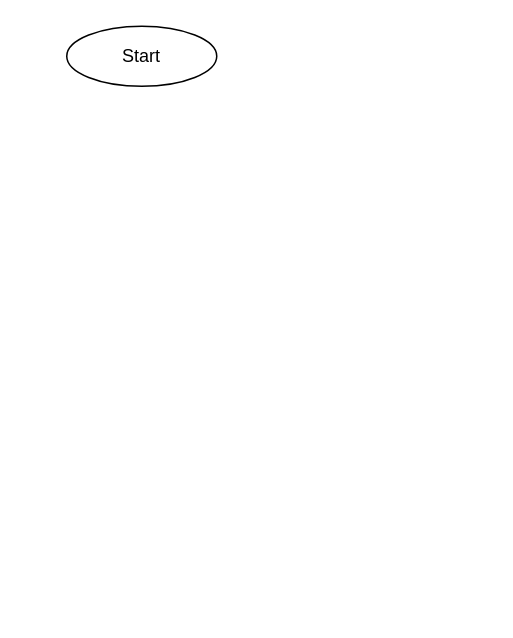
This is task1/diagram.drawio from JrClap/Diplom1, a draw.io file, before an edit. Source tidied: cells renumbered, new cells numbered last; positions are measured from the earlier drawing's top-left corner, leaving out a move shared by most shapes. Both pictures are drawn from the tidied source at 150%, with x=0, y=0 at pixel (66, 26).
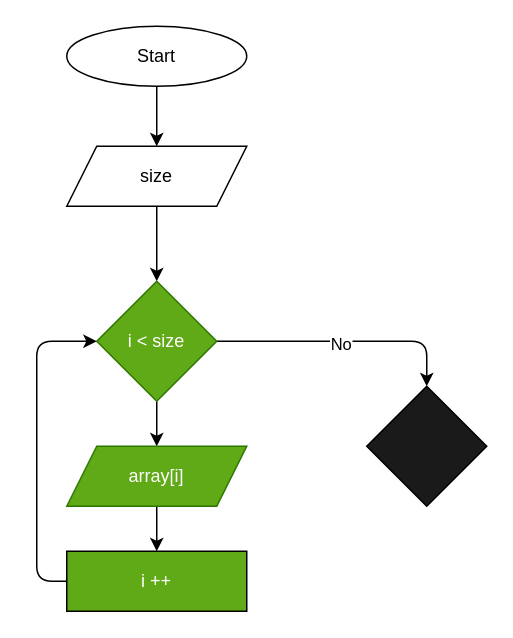
Above is the later version.

Commit message:
Adding elements of display of array

The edit, as a diff of the source:
```diff
@@
 <mxGraphModel>
   <root>
     <mxCell id="0" />
     <mxCell id="1" parent="0" />
+    <mxCell id="3" style="edgeStyle=none;html=1;exitX=0.5;exitY=1;exitDx=0;exitDy=0;entryX=0.5;entryY=0;entryDx=0;entryDy=0;" parent="1" edge="1" source="4" target="9">
+      <mxGeometry relative="1" as="geometry" />
+    </mxCell>
+    <mxCell id="4" value="size" style="shape=parallelogram;perimeter=parallelogramPerimeter;whiteSpace=wrap;html=1;fixedSize=1;" parent="1" vertex="1">
+      <mxGeometry y="80" width="120" height="40" as="geometry" />
+    </mxCell>
+    <mxCell id="5" style="edgeStyle=none;html=1;exitX=0.5;exitY=1;exitDx=0;exitDy=0;entryX=0.5;entryY=0;entryDx=0;entryDy=0;" parent="1" edge="1" source="2" target="4">
+      <mxGeometry relative="1" as="geometry" />
+    </mxCell>
-    <mxCell id="2" value="Start" style="ellipse;whiteSpace=wrap;html=1;align=center;newEdgeStyle={&quot;edgeStyle&quot;:&quot;entityRelationEdgeStyle&quot;,&quot;startArrow&quot;:&quot;none&quot;,&quot;endArrow&quot;:&quot;none&quot;,&quot;segment&quot;:10,&quot;curved&quot;:1,&quot;sourcePerimeterSpacing&quot;:0,&quot;targetPerimeterSpacing&quot;:0};" parent="1" vertex="1">
-      <mxGeometry width="100" height="40" as="geometry" />
+    <mxCell id="2" value="Start" style="ellipse;whiteSpace=wrap;html=1;" parent="1" vertex="1">
+      <mxGeometry width="120" height="40" as="geometry" />
     </mxCell>
+    <mxCell id="6" style="edgeStyle=none;html=1;" parent="1" edge="1" source="9" target="11">
+      <mxGeometry relative="1" as="geometry" />
+    </mxCell>
+    <mxCell id="7" style="edgeStyle=none;html=1;entryX=0.5;entryY=0;entryDx=0;entryDy=0;" parent="1" edge="1" source="9" target="14">
+      <mxGeometry relative="1" as="geometry">
+        <Array as="points">
+          <mxPoint x="170" y="210" />
+          <mxPoint x="240" y="210" />
+        </Array>
+      </mxGeometry>
+    </mxCell>
+    <mxCell id="8" value="No" style="edgeLabel;html=1;align=center;verticalAlign=middle;" parent="7" vertex="1">
+      <mxGeometry x="-0.03" y="-1" relative="1" as="geometry" />
+    </mxCell>
+    <mxCell id="9" value="i &amp;lt; size" style="rhombus;whiteSpace=wrap;html=1;fillColor=#60a917;fontColor=#ffffff;strokeColor=#2D7600;" parent="1" vertex="1">
+      <mxGeometry x="20" y="170" width="80" height="80" as="geometry" />
+    </mxCell>
+    <mxCell id="10" style="edgeStyle=none;html=1;" parent="1" edge="1" source="11" target="13">
+      <mxGeometry relative="1" as="geometry" />
+    </mxCell>
+    <mxCell id="11" value="array[i]" style="shape=parallelogram;perimeter=parallelogramPerimeter;whiteSpace=wrap;html=1;fixedSize=1;fillColor=#60a917;fontColor=#ffffff;strokeColor=#2D7600;" parent="1" vertex="1">
+      <mxGeometry y="280" width="120" height="40" as="geometry" />
+    </mxCell>
+    <mxCell id="12" style="edgeStyle=none;html=1;exitX=0;exitY=0.5;exitDx=0;exitDy=0;entryX=0;entryY=0.5;entryDx=0;entryDy=0;" parent="1" edge="1" source="13" target="9">
+      <mxGeometry relative="1" as="geometry">
+        <Array as="points">
+          <mxPoint x="-20" y="370" />
+          <mxPoint x="-20" y="260" />
+          <mxPoint x="-20" y="210" />
+        </Array>
+      </mxGeometry>
+    </mxCell>
+    <mxCell id="13" value="i ++" style="rounded=0;whiteSpace=wrap;html=1;fillColor=#60a917;fontColor=#ffffff;strokeColor=#000000;" parent="1" vertex="1">
+      <mxGeometry y="350" width="120" height="40" as="geometry" />
+    </mxCell>
+    <mxCell id="14" style="rhombus;whiteSpace=wrap;html=1;strokeColor=#000000;fillColor=#1A1A1A;" parent="1" vertex="1">
+      <mxGeometry x="200" y="240" width="80" height="80" as="geometry" />
+    </mxCell>
   </root>
 </mxGraphModel>
```
